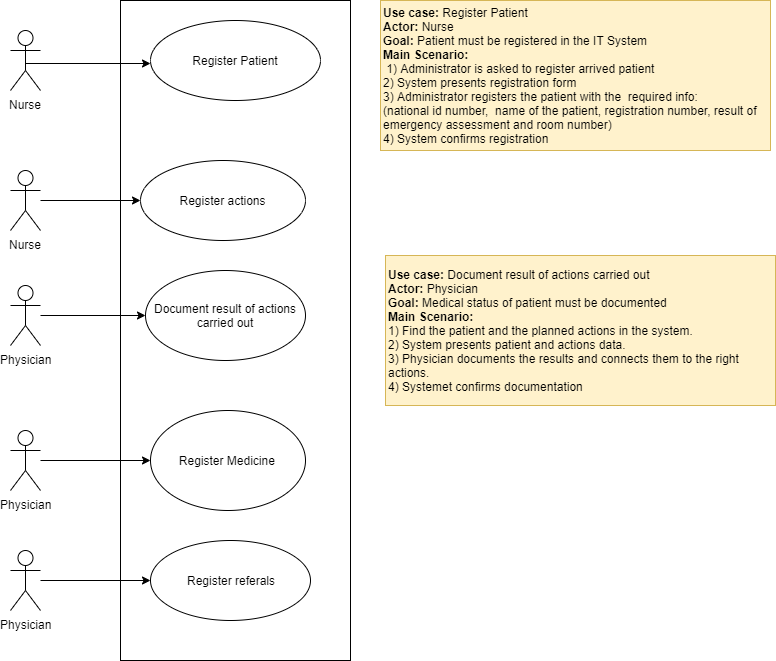
This is m-t-4.png from kestersimm/drawio, a draw.io export, as it was before one commit. Source tidied: cells renumbered, new cells last; positions are measured from the earlier drawing's top-left corner, leaving out a move shared by most shapes. The source it was exported from:
```xml
<mxGraphModel>
  <root>
    <mxCell id="0" />
    <mxCell id="1" parent="0" />
    <mxCell id="2" value="Nurse" style="shape=umlActor;verticalLabelPosition=bottom;labelBackgroundColor=#ffffff;verticalAlign=top;html=1;outlineConnect=0;" parent="1" vertex="1">
      <mxGeometry y="30" width="30" height="60" as="geometry" />
    </mxCell>
    <mxCell id="3" style="rounded=0;whiteSpace=wrap;html=1;" parent="1" vertex="1">
      <mxGeometry x="110" width="230" height="660" as="geometry" />
    </mxCell>
    <mxCell id="4" value="Register Patient" style="ellipse;whiteSpace=wrap;html=1;" parent="1" vertex="1">
      <mxGeometry x="140" y="20" width="170" height="80" as="geometry" />
    </mxCell>
    <mxCell id="5" style="edgeStyle=orthogonalEdgeStyle;rounded=0;jettySize=auto;html=1;exitX=0.5;exitY=0.5;exitDx=0;exitDy=0;exitPerimeter=0;entryX=0.13;entryY=0.096;entryDx=0;entryDy=0;entryPerimeter=0;" parent="1" edge="1" source="2" target="3">
      <mxGeometry relative="1" as="geometry">
        <Array as="points">
          <mxPoint x="15" y="63" />
        </Array>
      </mxGeometry>
    </mxCell>
    <mxCell id="6" value="&lt;b&gt;Use case:&lt;/b&gt; Register Patient&lt;br&gt;&lt;b&gt;Actor: &lt;/b&gt;Nurse&lt;br&gt;&lt;b&gt;Goal:&lt;/b&gt;&amp;nbsp;Patient must be registered in the IT System&lt;br&gt;&lt;b&gt;Main Scenario:&lt;/b&gt;&lt;br&gt;&amp;nbsp;1) Administrator is asked to register arrived patient&lt;br&gt;2) System presents registration form&lt;br&gt;3) Administrator registers the patient with the&amp;nbsp; required info:&lt;br&gt;(national id number,&amp;nbsp;&amp;nbsp;name of the patient, registration number, result of emergency assessment and room number)&lt;br&gt;4) System confirms registration&amp;nbsp;" style="rounded=0;whiteSpace=wrap;html=1;fillColor=#fff2cc;strokeColor=#d6b656;align=left;comic=0;glass=0;" parent="1" vertex="1">
      <mxGeometry x="370" width="390" height="150" as="geometry" />
    </mxCell>
    <mxCell id="7" style="edgeStyle=orthogonalEdgeStyle;rounded=0;jettySize=auto;html=1;" parent="1" edge="1" source="8" target="9">
      <mxGeometry relative="1" as="geometry" />
    </mxCell>
    <mxCell id="8" value="Physician" style="shape=umlActor;verticalLabelPosition=bottom;labelBackgroundColor=#ffffff;verticalAlign=top;html=1;outlineConnect=0;rounded=0;glass=0;comic=0;" parent="1" vertex="1">
      <mxGeometry y="285" width="30" height="60" as="geometry" />
    </mxCell>
    <mxCell id="9" value="Document result of actions carried out" style="ellipse;whiteSpace=wrap;html=1;rounded=0;glass=0;comic=0;" parent="1" vertex="1">
      <mxGeometry x="135" y="270" width="160" height="90" as="geometry" />
    </mxCell>
    <mxCell id="10" value="&lt;b&gt;Use case:&lt;/b&gt; Document result of actions carried out&lt;br&gt;&lt;b&gt;Actor: &lt;/b&gt;Physician&lt;br&gt;&lt;b&gt;Goal:&lt;/b&gt;&amp;nbsp;Medical status of patient must be documented&lt;br&gt;&lt;b&gt;Main Scenario:&lt;/b&gt;&lt;br&gt;1) Find the patient and the planned actions in the system.&lt;br&gt;2) System presents patient and actions data.&lt;br&gt;3) Physician documents the results and connects them to the right actions.&lt;br&gt;4) Systemet confirms documentation" style="rounded=0;whiteSpace=wrap;html=1;fillColor=#fff2cc;strokeColor=#d6b656;align=left;comic=0;glass=0;" parent="1" vertex="1">
      <mxGeometry x="375" y="255" width="390" height="150" as="geometry" />
    </mxCell>
    <mxCell id="11" style="edgeStyle=orthogonalEdgeStyle;rounded=0;jettySize=auto;html=1;" parent="1" edge="1" source="12" target="13">
      <mxGeometry relative="1" as="geometry" />
    </mxCell>
    <mxCell id="12" value="Physician" style="shape=umlActor;verticalLabelPosition=bottom;labelBackgroundColor=#ffffff;verticalAlign=top;html=1;outlineConnect=0;rounded=0;glass=0;comic=0;" parent="1" vertex="1">
      <mxGeometry y="430" width="30" height="60" as="geometry" />
    </mxCell>
    <mxCell id="13" value="Register Medicine&amp;nbsp;" style="ellipse;whiteSpace=wrap;html=1;rounded=0;glass=0;comic=0;" parent="1" vertex="1">
      <mxGeometry x="140" y="410" width="155" height="100" as="geometry" />
    </mxCell>
    <mxCell id="14" style="edgeStyle=orthogonalEdgeStyle;rounded=0;jettySize=auto;html=1;" parent="1" edge="1" source="15" target="16">
      <mxGeometry relative="1" as="geometry" />
    </mxCell>
    <mxCell id="15" value="Physician" style="shape=umlActor;verticalLabelPosition=bottom;labelBackgroundColor=#ffffff;verticalAlign=top;html=1;outlineConnect=0;rounded=0;glass=0;comic=0;" parent="1" vertex="1">
      <mxGeometry y="550" width="30" height="60" as="geometry" />
    </mxCell>
    <mxCell id="16" value="Register referals" style="ellipse;whiteSpace=wrap;html=1;rounded=0;glass=0;comic=0;" parent="1" vertex="1">
      <mxGeometry x="140" y="540" width="160" height="80" as="geometry" />
    </mxCell>
    <mxCell id="17" style="edgeStyle=orthogonalEdgeStyle;rounded=0;jettySize=auto;html=1;entryX=0;entryY=0.5;entryDx=0;entryDy=0;" parent="1" edge="1" source="18" target="19">
      <mxGeometry relative="1" as="geometry" />
    </mxCell>
    <mxCell id="18" value="Nurse" style="shape=umlActor;verticalLabelPosition=bottom;labelBackgroundColor=#ffffff;verticalAlign=top;html=1;outlineConnect=0;rounded=0;glass=0;comic=0;" parent="1" vertex="1">
      <mxGeometry y="170" width="30" height="60" as="geometry" />
    </mxCell>
    <mxCell id="19" value="Register actions" style="ellipse;whiteSpace=wrap;html=1;rounded=0;glass=0;comic=0;" parent="1" vertex="1">
      <mxGeometry x="130" y="160" width="165" height="80" as="geometry" />
    </mxCell>
  </root>
</mxGraphModel>
```
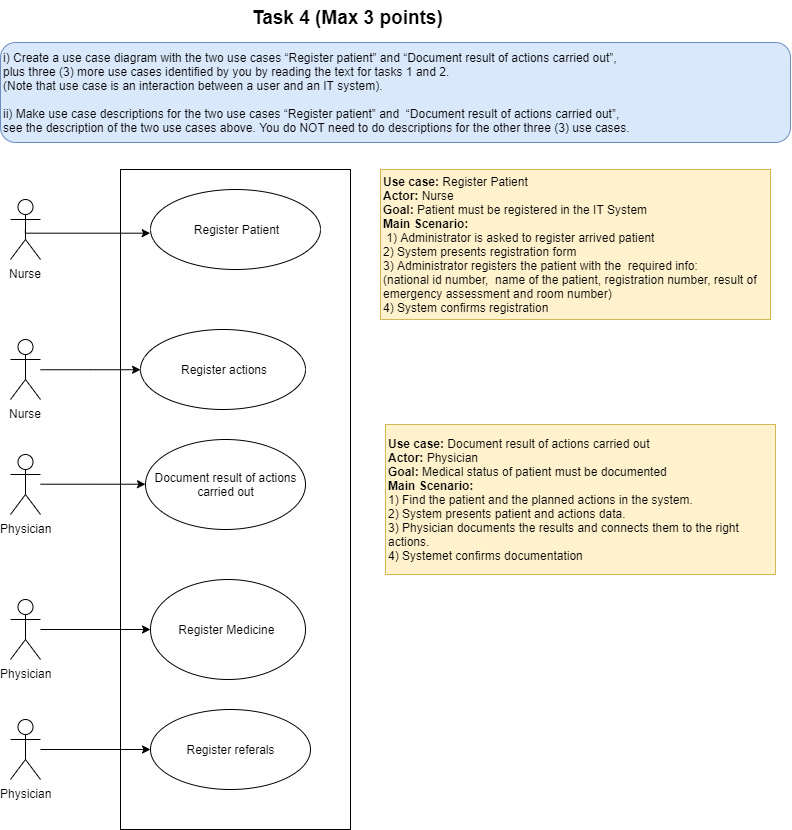
After the commit.

What changed in the source:
```diff
@@ -60,5 +60,11 @@
     <mxCell id="19" value="Register actions" style="ellipse;whiteSpace=wrap;html=1;rounded=0;glass=0;comic=0;" parent="1" vertex="1">
       <mxGeometry x="130" y="160" width="165" height="80" as="geometry" />
     </mxCell>
+    <mxCell id="20" value="&lt;font style=&quot;font-size: 19px&quot;&gt;&lt;b&gt;Task 4 (Max 3 points)&lt;/b&gt;&lt;/font&gt;" style="text;html=1;" parent="1" vertex="1">
+      <mxGeometry x="240" y="-169" width="140" height="30" as="geometry" />
+    </mxCell>
+    <mxCell id="21" value="i) Create a use case diagram with the two use cases “Register patient” and “Document result of actions carried out”,&amp;nbsp;&lt;br&gt;plus three (3) more use cases identified by you by reading the text for tasks 1 and 2.&amp;nbsp;&lt;br&gt;(Note that use case is an interaction between a user and an IT system).&lt;br&gt;&lt;br&gt;&lt;div&gt;ii) Make use case descriptions for the two use cases “Register patient” and&amp;nbsp;&amp;nbsp;&lt;span&gt;“Document result of actions carried out”,&amp;nbsp;&lt;/span&gt;&lt;/div&gt;&lt;div&gt;see the description of the two use cases above.&amp;nbsp;&lt;span&gt;You do NOT need to do descriptions&amp;nbsp;&lt;/span&gt;&lt;span&gt;for the other three (3) use cases.&lt;/span&gt;&lt;/div&gt;" style="rounded=1;whiteSpace=wrap;html=1;align=left;fillColor=#dae8fc;strokeColor=#6c8ebf;" parent="1" vertex="1">
+      <mxGeometry x="-10" y="-127" width="790" height="100" as="geometry" />
+    </mxCell>
   </root>
 </mxGraphModel>
```
